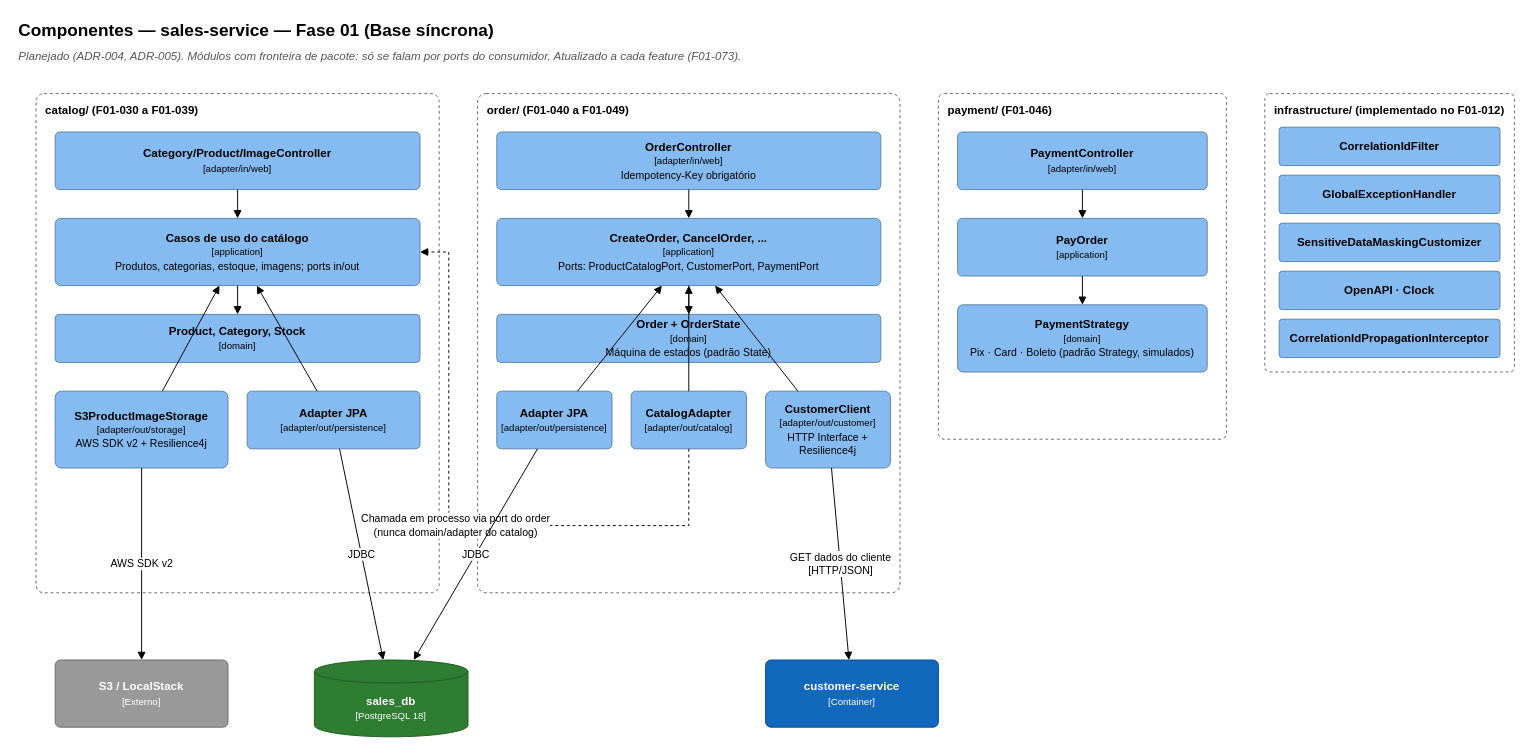
Before: page "Componentes — sales-service" (3 of 13) of docs/evolucao/01-base-sincrona/aishac-shop.drawio in antonioishac/aishac-shop, a draw.io diagram. Source tidied: cells renumbered, new cells numbered last; positions are measured from the earlier drawing's top-left corner, leaving out a move shared by most shapes. Both pictures are drawn from the tidied source at 96%, with x=0, y=0 at pixel (16, 16).
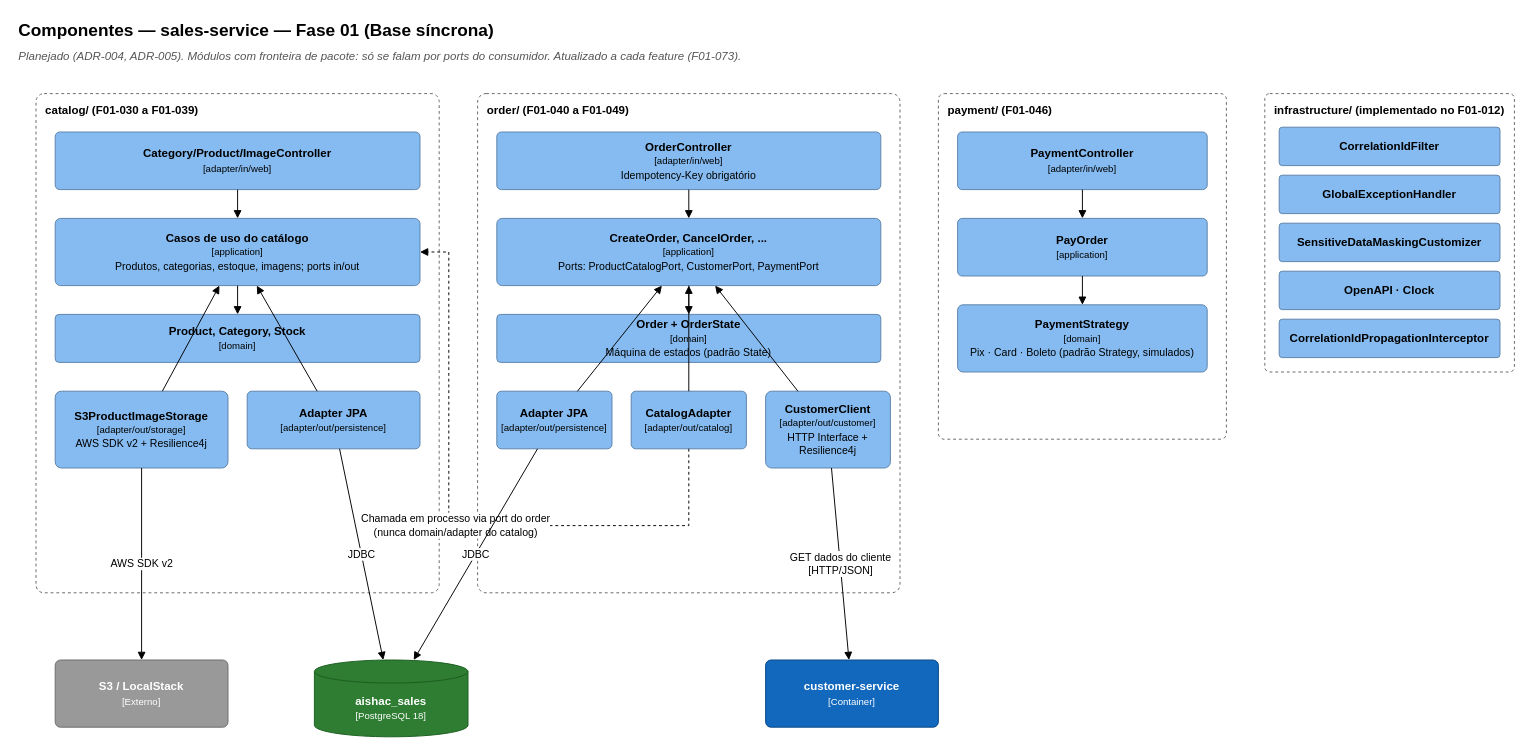
After the change.

Diff of the diagram source:
```diff
@@
-    <mxCell id="21" value="&lt;b&gt;sales_db&lt;/b&gt;&lt;br&gt;&lt;font style='font-size:10px'&gt;[PostgreSQL 18]&lt;/font&gt;" style="shape=cylinder3;whiteSpace=wrap;html=1;boundedLbl=1;backgroundOutline=1;size=12;fontSize=12;fillColor=#2E7D32;fontColor=#ffffff;strokeColor=#1B5E20;" parent="1" vertex="1">
+    <mxCell id="21" value="&lt;b&gt;aishac_sales&lt;/b&gt;&lt;br&gt;&lt;font style='font-size:10px'&gt;[PostgreSQL 18]&lt;/font&gt;" style="shape=cylinder3;whiteSpace=wrap;html=1;boundedLbl=1;backgroundOutline=1;size=12;fontSize=12;fillColor=#2E7D32;fontColor=#ffffff;strokeColor=#1B5E20;" parent="1" vertex="1">
       <mxGeometry x="310" y="670" width="160" height="80" as="geometry" />
     </mxCell>
```
